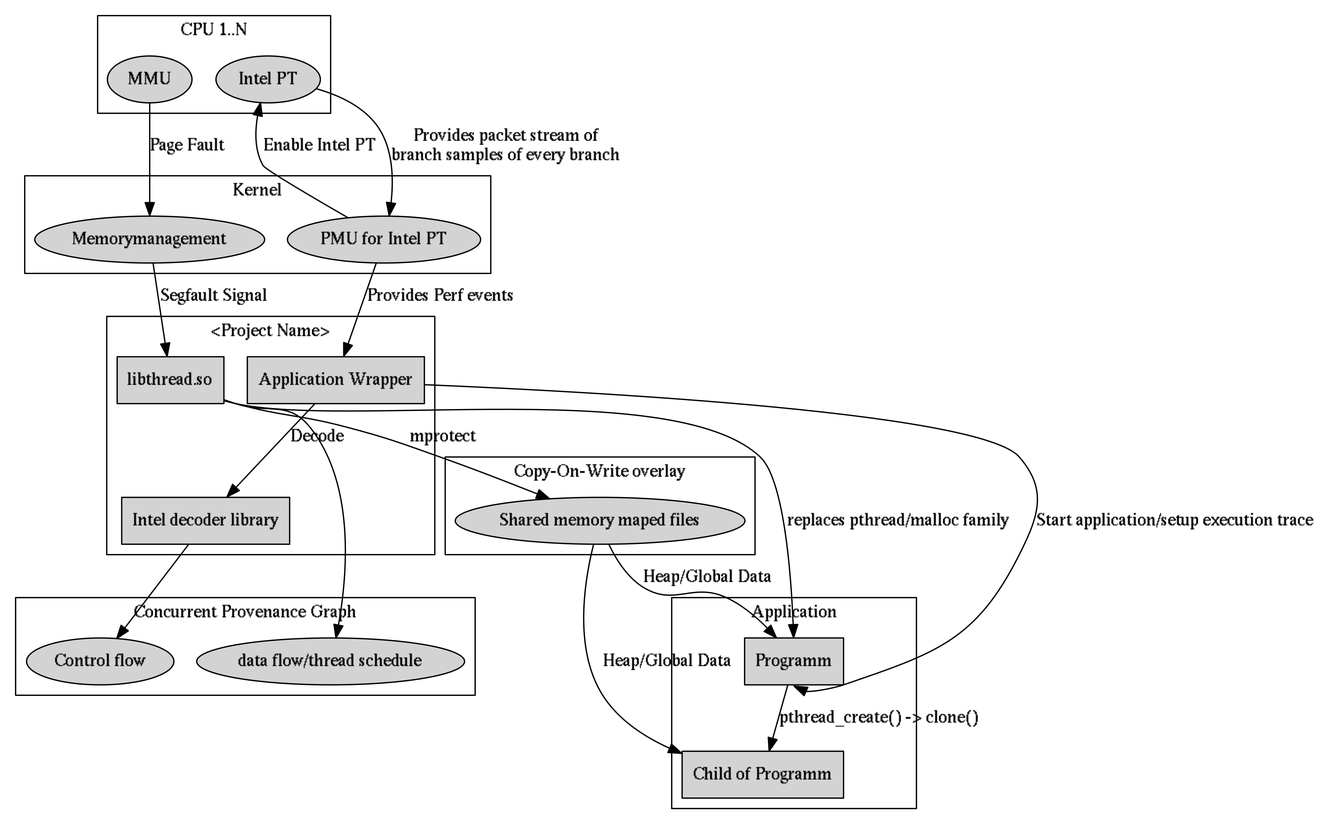
planetA/tthread keeps this Graphviz diagram as presentation/architecture.png. Above is the earlier version. Its source is kept beside it as presentation/architecture.dot.
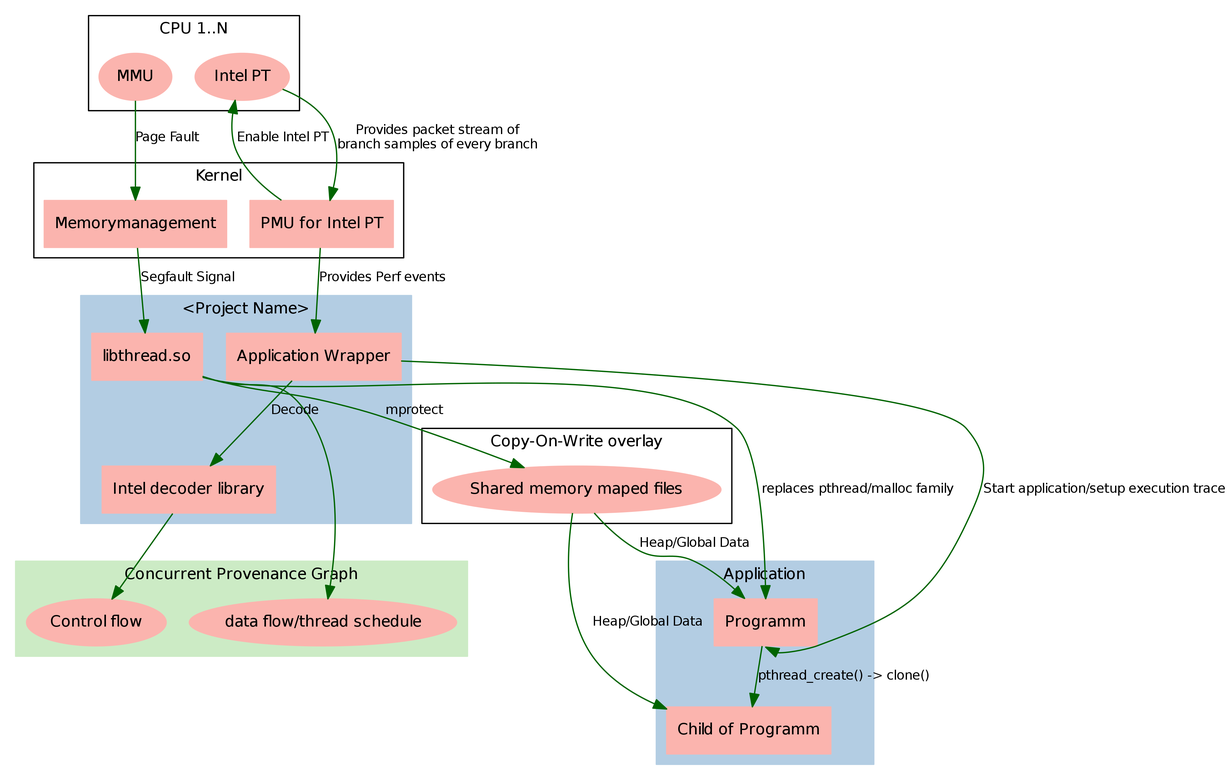
The same diagram one commit later.

Commit message:
beautiful colors for architecture

The edit, as a diff of the source:
```diff
@@ -1,6 +1,9 @@
 digraph architecture {
-  node [style=rounded,style=filled];
+  node [style=rounded,style=filled,fontname=Verdana,fontsize=12,colorscheme=pastel18,color=1];
+  edge [color=darkgreen,fontname="Verdana",fontsize=10];
   graph [ dpi = 300 ];
+  fontname=Verdana;
+  fontsize=12;
 
   subgraph cluster_cpu {
     label="CPU 1..N";
@@ -10,8 +13,8 @@
 
   subgraph cluster_kernel {
     label="Kernel"
-    Memorymanagement;
-    "PMU for Intel PT";
+    Memorymanagement [shape=box];
+    "PMU for Intel PT" [shape=box];
   }
 
   "PMU for Intel PT" -> "Intel PT" [shape=box, label="Enable Intel PT"];
@@ -24,10 +27,16 @@
     label="Concurrent Provenance Graph";
     "Control flow";
     "data flow/thread schedule";
+    colorscheme="pastel18";
+    color=3;
+    style=filled;
   }
 
   subgraph cluster_framework {
     label="<Project Name>";
+    style="filled";
+    colorscheme="pastel18";
+    color=2;
     libipt [shape=box, label="Intel decoder library"];
     application_wrapper [shape=box, label="Application Wrapper"];
     tthread [shape=box, label="libthread.so"];
@@ -49,6 +58,9 @@
   "PMU for Intel PT" -> application_wrapper [label="Provides Perf events"];
 
   subgraph cluster_programm {
+    colorscheme="pastel18";
+    color=2;
+    style=filled;
     label="Application";
     programm;
     child;
```
